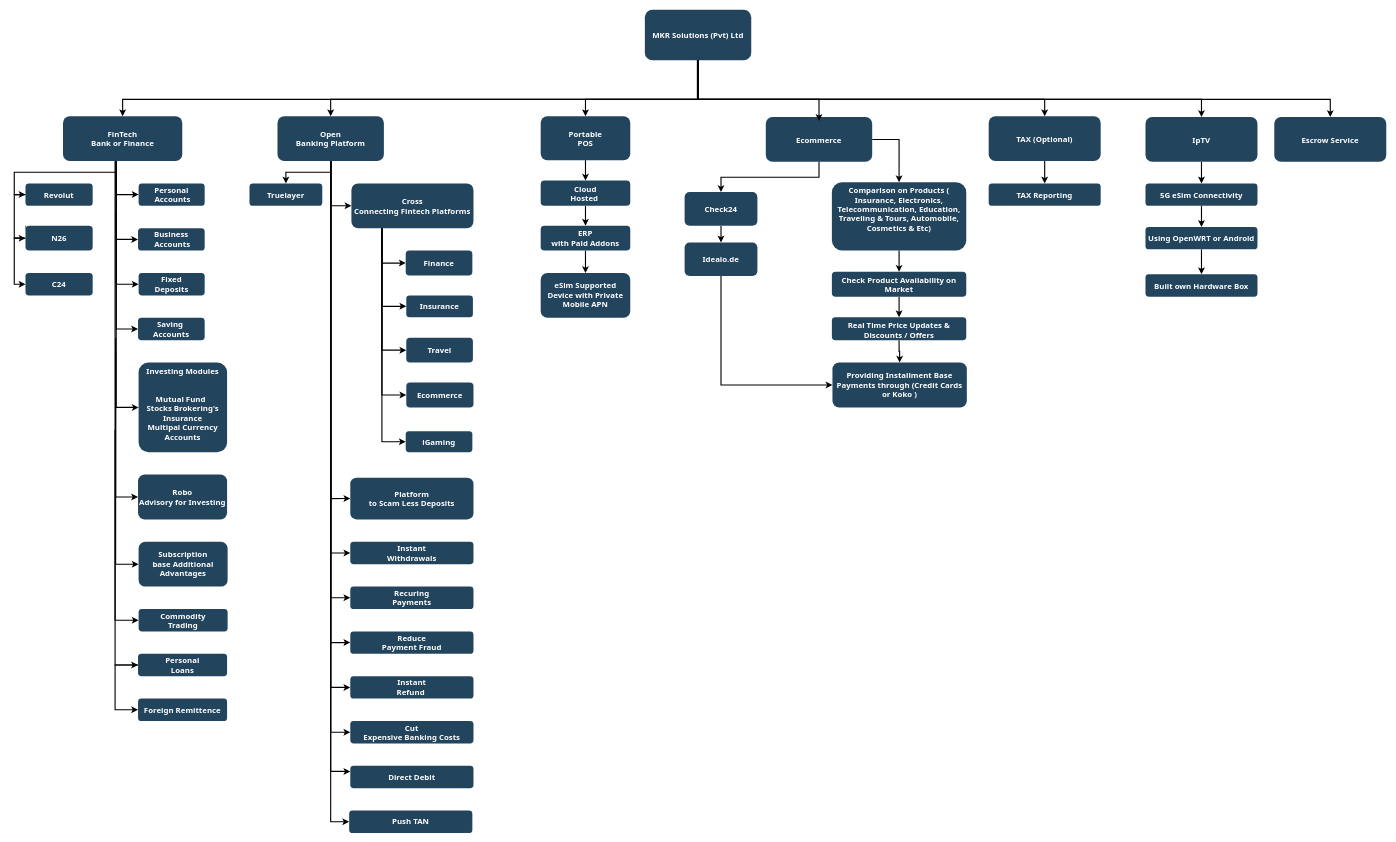
This is MKR.drawio from sachini9427/MKR, a draw.io file, before an edit. Source tidied: cells renumbered, new cells numbered last; positions are measured from the earlier drawing's top-left corner, leaving out a move shared by most shapes. Both pictures are drawn from the tidied source at 56%, with x=0, y=0 at pixel (14, 10).
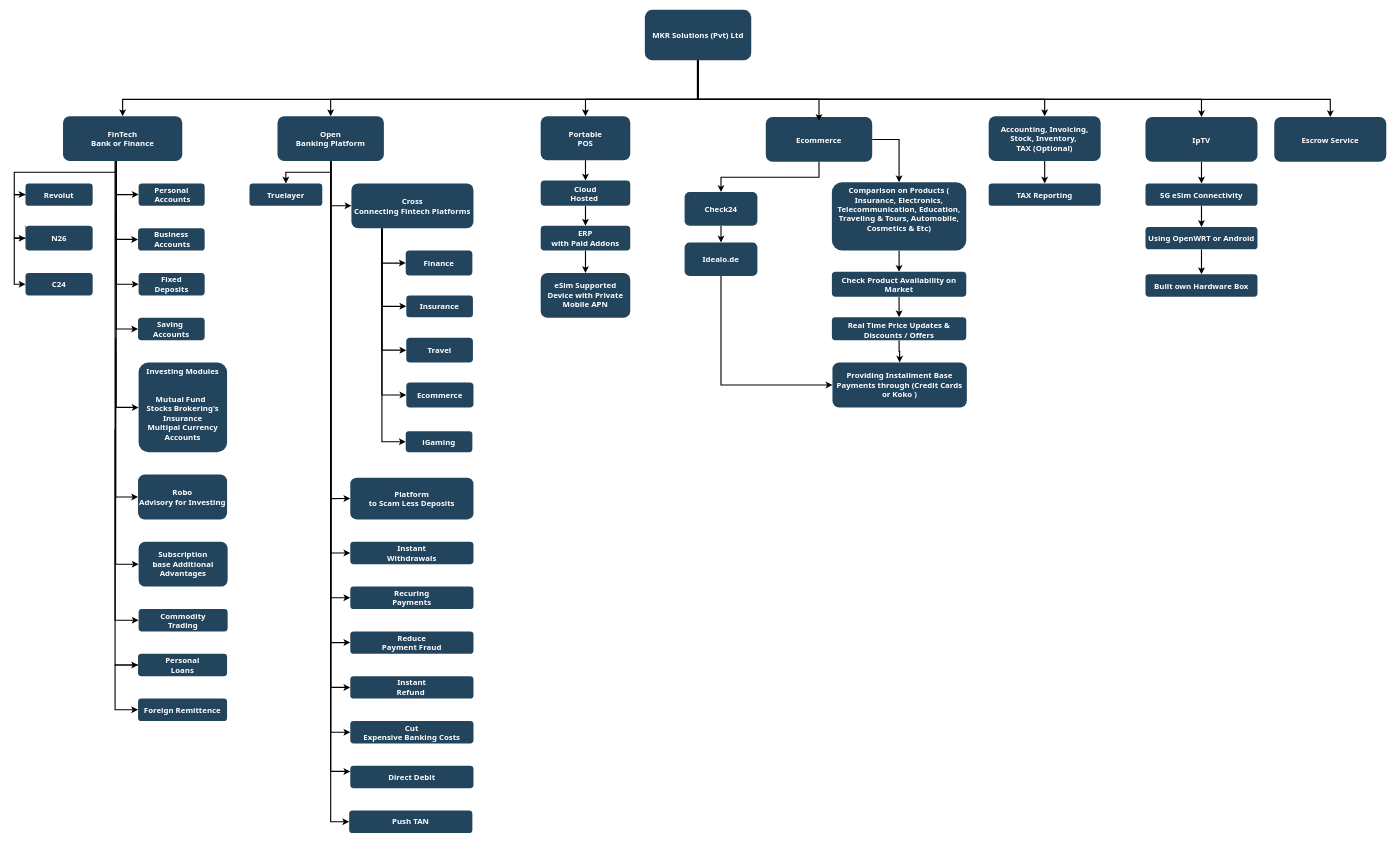
The same page after the edit.

Change to the diagram source:
```diff
@@
-    <mxCell id="91" value="TAX (Optional)" style="rounded=1;fillColor=#23445D;gradientColor=none;strokeColor=none;fontColor=#FFFFFF;fontStyle=1;fontFamily=Tahoma;fontSize=14;" parent="1" vertex="1">
+    <mxCell id="91" value="Accounting, Invoicing, Stock, Inventory, &#10;TAX (Optional)" style="rounded=1;fillColor=#23445D;gradientColor=none;strokeColor=none;fontColor=#FFFFFF;fontStyle=1;fontFamily=Tahoma;fontSize=14;whiteSpace=wrap;" parent="1" vertex="1">
       <mxGeometry x="1740" y="190" width="200" height="80" as="geometry" />
     </mxCell>
```
